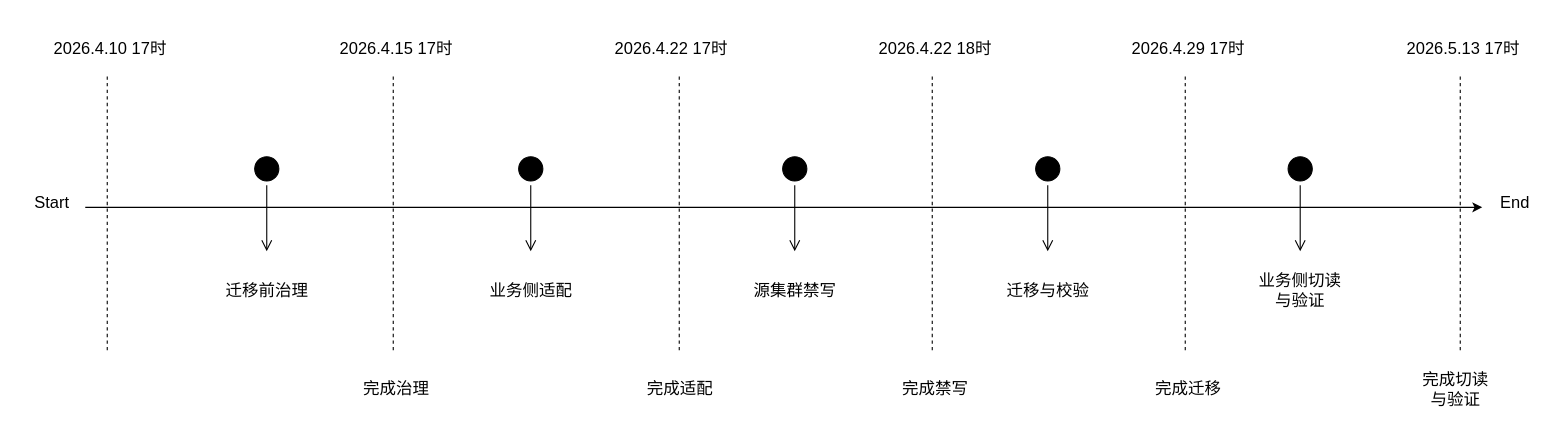
This is 数据治理.drawio from ydh12356890/DiDiDraw, a draw.io file, before an edit. Source tidied: cells renumbered, new cells numbered last; positions are measured from the earlier drawing's top-left corner, leaving out a move shared by most shapes. Both pictures are drawn from the tidied source at 110%, with x=0, y=0 at pixel (19, 31).
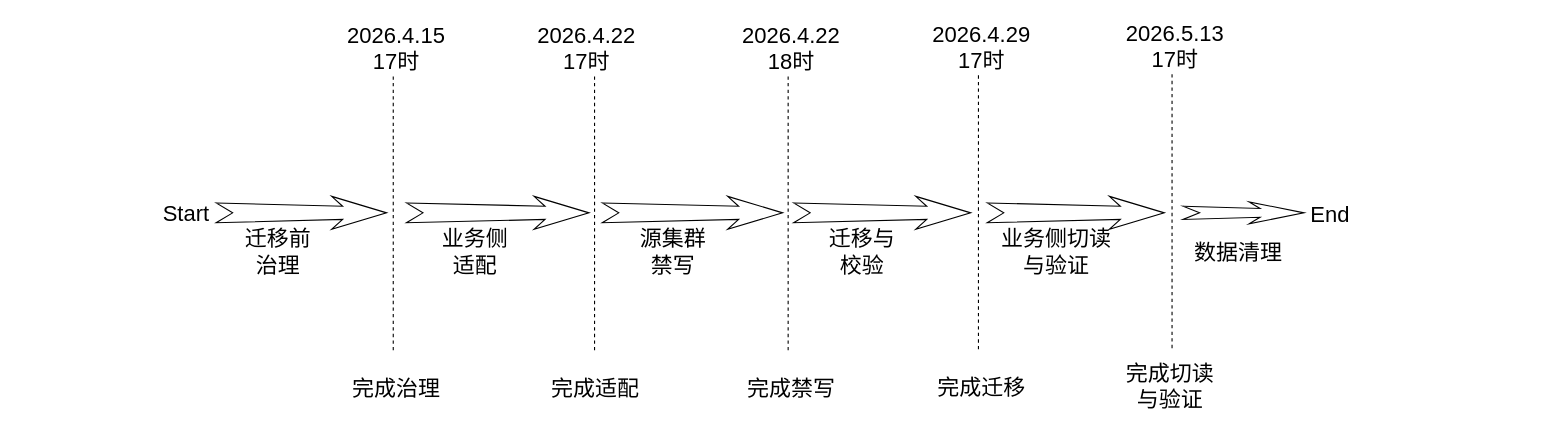
Above is the later version.

Commit message:
更新数据治理.drawio

The edit, as a diff of the source:
```diff
@@
-    <mxCell id="2" style="endArrow=classic;html=1;rounded=0;" parent="1" edge="1">
-      <mxGeometry relative="1" as="geometry">
-        <mxPoint x="60" y="160" as="sourcePoint" />
-        <mxPoint x="1330" y="160" as="targetPoint" />
-      </mxGeometry>
-    </mxCell>
-    <mxCell id="3" style="ellipse;html=1;shape=startState;fillColor=#000000;strokeColor=light-dark(#000000, #ff9090);fontSize=15;" parent="1" vertex="1">
-      <mxGeometry x="210" y="110" width="30" height="30" as="geometry" />
-    </mxCell>
-    <mxCell id="4" style="edgeStyle=orthogonalEdgeStyle;html=1;verticalAlign=bottom;endArrow=open;endSize=8;strokeColor=light-dark(#000000, #ff9090);rounded=0;fontSize=15;" parent="1" edge="1" source="3">
-      <mxGeometry relative="1" as="geometry">
-        <mxPoint x="225" y="200" as="targetPoint" />
-      </mxGeometry>
-    </mxCell>
-    <mxCell id="5" style="ellipse;html=1;shape=startState;fillColor=#000000;strokeColor=light-dark(#000000, #ff9090);fontSize=15;" parent="1" vertex="1">
-      <mxGeometry x="920" y="110" width="30" height="30" as="geometry" />
-    </mxCell>
-    <mxCell id="6" style="edgeStyle=orthogonalEdgeStyle;html=1;verticalAlign=bottom;endArrow=open;endSize=8;strokeColor=light-dark(#000000, #ff9090);rounded=0;fontSize=15;" parent="1" edge="1" source="5">
-      <mxGeometry relative="1" as="geometry">
-        <mxPoint x="935" y="200" as="targetPoint" />
-      </mxGeometry>
-    </mxCell>
-    <mxCell id="7" style="ellipse;html=1;shape=startState;fillColor=#000000;strokeColor=light-dark(#000000, #ff9090);fontSize=15;" parent="1" vertex="1">
-      <mxGeometry x="1149.5" y="110" width="30" height="30" as="geometry" />
-    </mxCell>
-    <mxCell id="8" style="edgeStyle=orthogonalEdgeStyle;html=1;verticalAlign=bottom;endArrow=open;endSize=8;strokeColor=light-dark(#000000, #ff9090);rounded=0;fontSize=15;" parent="1" edge="1" source="7">
-      <mxGeometry relative="1" as="geometry">
-        <mxPoint x="1164.5" y="200" as="targetPoint" />
-      </mxGeometry>
-    </mxCell>
-    <mxCell id="9" style="ellipse;html=1;shape=startState;fillColor=#000000;strokeColor=light-dark(#000000, #ff9090);fontSize=15;" parent="1" vertex="1">
-      <mxGeometry x="450" y="110" width="30" height="30" as="geometry" />
-    </mxCell>
-    <mxCell id="10" style="edgeStyle=orthogonalEdgeStyle;html=1;verticalAlign=bottom;endArrow=open;endSize=8;strokeColor=light-dark(#000000, #ff9090);rounded=0;fontSize=15;" parent="1" edge="1" source="9">
-      <mxGeometry relative="1" as="geometry">
-        <mxPoint x="465" y="200" as="targetPoint" />
-      </mxGeometry>
-    </mxCell>
-    <mxCell id="11" style="ellipse;html=1;shape=startState;fillColor=#000000;strokeColor=light-dark(#000000, #ff9090);fontSize=15;" parent="1" vertex="1">
-      <mxGeometry x="690" y="110" width="30" height="30" as="geometry" />
-    </mxCell>
-    <mxCell id="12" style="edgeStyle=orthogonalEdgeStyle;html=1;verticalAlign=bottom;endArrow=open;endSize=8;strokeColor=light-dark(#000000, #ff9090);rounded=0;fontSize=15;" parent="1" edge="1" source="11">
-      <mxGeometry relative="1" as="geometry">
-        <mxPoint x="705" y="200" as="targetPoint" />
-      </mxGeometry>
-    </mxCell>
-    <mxCell id="13" value="迁移前治理" style="text;html=1;whiteSpace=wrap;strokeColor=none;fillColor=none;align=center;verticalAlign=middle;rounded=0;fontSize=15;" parent="1" vertex="1">
-      <mxGeometry x="183.8" y="220" width="82.5" height="30" as="geometry" />
+    <mxCell id="13" value="迁移前&lt;br&gt;治理" style="text;html=1;whiteSpace=wrap;strokeColor=none;fillColor=none;align=center;verticalAlign=middle;rounded=0;fontSize=20;" parent="1" vertex="1">
+      <mxGeometry x="194" y="184.5" width="82.5" height="30" as="geometry" />
     </mxCell>
-    <mxCell id="14" value="业务侧适配" style="text;html=1;whiteSpace=wrap;strokeColor=none;fillColor=none;align=center;verticalAlign=middle;rounded=0;fontSize=15;" parent="1" vertex="1">
-      <mxGeometry x="423.8" y="220" width="82.5" height="30" as="geometry" />
+    <mxCell id="14" value="业务侧&lt;br&gt;适配" style="text;html=1;whiteSpace=wrap;strokeColor=none;fillColor=none;align=center;verticalAlign=middle;rounded=0;fontSize=20;" parent="1" vertex="1">
+      <mxGeometry x="373" y="184.5" width="82.5" height="30" as="geometry" />
     </mxCell>
-    <mxCell id="15" value="源集群禁写" style="text;html=1;whiteSpace=wrap;strokeColor=none;fillColor=none;align=center;verticalAlign=middle;rounded=0;fontSize=15;" parent="1" vertex="1">
-      <mxGeometry x="663.8" y="220" width="82.5" height="30" as="geometry" />
+    <mxCell id="15" value="源集群&lt;br&gt;禁写" style="text;html=1;whiteSpace=wrap;strokeColor=none;fillColor=none;align=center;verticalAlign=middle;rounded=0;fontSize=20;" parent="1" vertex="1">
+      <mxGeometry x="553" y="184.5" width="82.5" height="30" as="geometry" />
     </mxCell>
-    <mxCell id="16" value="迁移与校验" style="text;html=1;whiteSpace=wrap;strokeColor=none;fillColor=none;align=center;verticalAlign=middle;rounded=0;fontSize=15;" parent="1" vertex="1">
-      <mxGeometry x="893.8" y="220" width="82.5" height="30" as="geometry" />
+    <mxCell id="16" value="迁移与&lt;br&gt;校验" style="text;html=1;whiteSpace=wrap;strokeColor=none;fillColor=none;align=center;verticalAlign=middle;rounded=0;fontSize=20;" parent="1" vertex="1">
+      <mxGeometry x="725" y="184.5" width="82.5" height="30" as="geometry" />
     </mxCell>
-    <mxCell id="17" value="业务侧切读与验证" style="text;html=1;whiteSpace=wrap;strokeColor=none;fillColor=none;align=center;verticalAlign=middle;rounded=0;fontSize=15;" parent="1" vertex="1">
-      <mxGeometry x="1121" y="212.5" width="87" height="45" as="geometry" />
+    <mxCell id="17" value="业务侧切读与验证" style="text;html=1;whiteSpace=wrap;strokeColor=none;fillColor=none;align=center;verticalAlign=middle;rounded=0;fontSize=20;" parent="1" vertex="1">
+      <mxGeometry x="890" y="173" width="106" height="53" as="geometry" />
     </mxCell>
-    <mxCell id="18" style="endArrow=none;dashed=1;html=1;rounded=0;" parent="1" edge="1">
+    <mxCell id="18" style="endArrow=none;dashed=1;html=1;rounded=0;fontSize=20;" parent="1" edge="1">
       <mxGeometry relative="1" as="geometry">
         <mxPoint x="340" y="290" as="sourcePoint" />
         <mxPoint x="340" y="40" as="targetPoint" />
       </mxGeometry>
     </mxCell>
-    <mxCell id="19" style="endArrow=none;dashed=1;html=1;rounded=0;" parent="1" edge="1">
+    <mxCell id="19" style="endArrow=none;dashed=1;html=1;rounded=0;fontSize=20;" parent="1" edge="1">
       <mxGeometry relative="1" as="geometry">
-        <mxPoint x="600" y="290" as="sourcePoint" />
-        <mxPoint x="600" y="40" as="targetPoint" />
+        <mxPoint x="523" y="290" as="sourcePoint" />
+        <mxPoint x="523" y="40" as="targetPoint" />
       </mxGeometry>
     </mxCell>
-    <mxCell id="20" style="endArrow=none;dashed=1;html=1;rounded=0;" parent="1" edge="1">
+    <mxCell id="20" style="endArrow=none;dashed=1;html=1;rounded=0;fontSize=20;" parent="1" edge="1">
       <mxGeometry relative="1" as="geometry">
-        <mxPoint x="830" y="290" as="sourcePoint" />
-        <mxPoint x="830" y="40" as="targetPoint" />
+        <mxPoint x="699" y="290" as="sourcePoint" />
+        <mxPoint x="699" y="40" as="targetPoint" />
       </mxGeometry>
     </mxCell>
-    <mxCell id="21" style="endArrow=none;dashed=1;html=1;rounded=0;" parent="1" edge="1">
+    <mxCell id="21" style="endArrow=none;dashed=1;html=1;rounded=0;fontSize=20;" parent="1" edge="1">
       <mxGeometry relative="1" as="geometry">
-        <mxPoint x="1060" y="290" as="sourcePoint" />
-        <mxPoint x="1060" y="40" as="targetPoint" />
+        <mxPoint x="872" y="289" as="sourcePoint" />
+        <mxPoint x="872" y="39" as="targetPoint" />
       </mxGeometry>
     </mxCell>
-    <mxCell id="22" value="2026.4.15 17时" style="text;html=1;whiteSpace=wrap;strokeColor=none;fillColor=none;align=center;verticalAlign=middle;rounded=0;fontSize=15;" parent="1" vertex="1">
+    <mxCell id="22" value="2026.4.15 17时" style="text;html=1;whiteSpace=wrap;strokeColor=none;fillColor=none;align=center;verticalAlign=middle;rounded=0;fontSize=20;" parent="1" vertex="1">
       <mxGeometry x="290" width="106" height="30" as="geometry" />
     </mxCell>
-    <mxCell id="23" value="Start" style="text;html=1;whiteSpace=wrap;strokeColor=none;fillColor=none;align=center;verticalAlign=middle;rounded=0;fontSize=15;" parent="1" vertex="1">
-      <mxGeometry y="140" width="60" height="30" as="geometry" />
+    <mxCell id="23" value="Start" style="text;html=1;whiteSpace=wrap;strokeColor=none;fillColor=none;align=center;verticalAlign=middle;rounded=0;fontSize=20;" parent="1" vertex="1">
+      <mxGeometry x="122" y="150" width="60" height="30" as="geometry" />
     </mxCell>
-    <mxCell id="24" value="End" style="text;html=1;whiteSpace=wrap;strokeColor=none;fillColor=none;align=center;verticalAlign=middle;rounded=0;fontSize=15;" parent="1" vertex="1">
-      <mxGeometry x="1330" y="140" width="60" height="30" as="geometry" />
+    <mxCell id="24" value="End" style="text;html=1;whiteSpace=wrap;strokeColor=none;fillColor=none;align=center;verticalAlign=middle;rounded=0;fontSize=20;" parent="1" vertex="1">
+      <mxGeometry x="1162" y="150.5" width="60" height="30" as="geometry" />
     </mxCell>
-    <mxCell id="25" value="2026.4.22 17时" style="text;html=1;whiteSpace=wrap;strokeColor=none;fillColor=none;align=center;verticalAlign=middle;rounded=0;fontSize=15;" parent="1" vertex="1">
-      <mxGeometry x="540" width="106" height="30" as="geometry" />
+    <mxCell id="25" value="2026.4.22 17时" style="text;html=1;whiteSpace=wrap;strokeColor=none;fillColor=none;align=center;verticalAlign=middle;rounded=0;fontSize=20;" parent="1" vertex="1">
+      <mxGeometry x="463" width="106" height="30" as="geometry" />
     </mxCell>
-    <mxCell id="26" value="2026.4.22 18时" style="text;html=1;whiteSpace=wrap;strokeColor=none;fillColor=none;align=center;verticalAlign=middle;rounded=0;fontSize=15;" parent="1" vertex="1">
-      <mxGeometry x="780" width="106" height="30" as="geometry" />
+    <mxCell id="26" value="2026.4.22 18时" style="text;html=1;whiteSpace=wrap;strokeColor=none;fillColor=none;align=center;verticalAlign=middle;rounded=0;fontSize=20;" parent="1" vertex="1">
+      <mxGeometry x="649" width="106" height="30" as="geometry" />
     </mxCell>
-    <mxCell id="27" value="2026.4.29 17时" style="text;html=1;whiteSpace=wrap;strokeColor=none;fillColor=none;align=center;verticalAlign=middle;rounded=0;fontSize=15;" parent="1" vertex="1">
-      <mxGeometry x="1010" width="106" height="30" as="geometry" />
+    <mxCell id="27" value="2026.4.29 17时" style="text;html=1;whiteSpace=wrap;strokeColor=none;fillColor=none;align=center;verticalAlign=middle;rounded=0;fontSize=20;" parent="1" vertex="1">
+      <mxGeometry x="822" y="-1" width="106" height="30" as="geometry" />
     </mxCell>
-    <mxCell id="28" style="endArrow=none;dashed=1;html=1;rounded=0;" parent="1" edge="1">
-      <mxGeometry relative="1" as="geometry">
-        <mxPoint x="80" y="290" as="sourcePoint" />
-        <mxPoint x="80" y="40" as="targetPoint" />
-      </mxGeometry>
-    </mxCell>
-    <mxCell id="29" value="2026.4.10 17时" style="text;html=1;whiteSpace=wrap;strokeColor=none;fillColor=none;align=center;verticalAlign=middle;rounded=0;fontSize=15;" parent="1" vertex="1">
-      <mxGeometry x="30" width="106" height="30" as="geometry" />
-    </mxCell>
-    <mxCell id="30" value="完成治理" style="text;html=1;whiteSpace=wrap;strokeColor=none;fillColor=none;align=center;verticalAlign=middle;rounded=0;fontSize=15;" parent="1" vertex="1">
+    <mxCell id="30" value="完成治理" style="text;html=1;whiteSpace=wrap;strokeColor=none;fillColor=none;align=center;verticalAlign=middle;rounded=0;fontSize=20;" parent="1" vertex="1">
       <mxGeometry x="298" y="309" width="90" height="30" as="geometry" />
     </mxCell>
-    <mxCell id="31" value="完成适配" style="text;html=1;whiteSpace=wrap;strokeColor=none;fillColor=none;align=center;verticalAlign=middle;rounded=0;fontSize=15;" parent="1" vertex="1">
-      <mxGeometry x="556" y="309" width="90" height="30" as="geometry" />
+    <mxCell id="31" value="完成适配" style="text;html=1;whiteSpace=wrap;strokeColor=none;fillColor=none;align=center;verticalAlign=middle;rounded=0;fontSize=20;" parent="1" vertex="1">
+      <mxGeometry x="479" y="309" width="90" height="30" as="geometry" />
     </mxCell>
-    <mxCell id="32" value="完成禁写" style="text;html=1;whiteSpace=wrap;strokeColor=none;fillColor=none;align=center;verticalAlign=middle;rounded=0;fontSize=15;" parent="1" vertex="1">
-      <mxGeometry x="788" y="309" width="90" height="30" as="geometry" />
+    <mxCell id="32" value="完成禁写" style="text;html=1;whiteSpace=wrap;strokeColor=none;fillColor=none;align=center;verticalAlign=middle;rounded=0;fontSize=20;" parent="1" vertex="1">
+      <mxGeometry x="657" y="309" width="90" height="30" as="geometry" />
     </mxCell>
-    <mxCell id="33" value="完成迁移" style="text;html=1;whiteSpace=wrap;strokeColor=none;fillColor=none;align=center;verticalAlign=middle;rounded=0;fontSize=15;" parent="1" vertex="1">
-      <mxGeometry x="1018" y="309" width="90" height="30" as="geometry" />
+    <mxCell id="33" value="完成迁移" style="text;html=1;whiteSpace=wrap;strokeColor=none;fillColor=none;align=center;verticalAlign=middle;rounded=0;fontSize=20;" parent="1" vertex="1">
+      <mxGeometry x="830" y="308" width="90" height="30" as="geometry" />
     </mxCell>
-    <mxCell id="34" style="endArrow=none;dashed=1;html=1;rounded=0;" parent="1" edge="1">
+    <mxCell id="34" style="endArrow=none;dashed=1;html=1;rounded=0;fontSize=20;" parent="1" edge="1">
       <mxGeometry relative="1" as="geometry">
-        <mxPoint x="1310" y="290" as="sourcePoint" />
-        <mxPoint x="1310" y="40" as="targetPoint" />
+        <mxPoint x="1048" y="288" as="sourcePoint" />
+        <mxPoint x="1048" y="38" as="targetPoint" />
       </mxGeometry>
     </mxCell>
-    <mxCell id="35" value="2026.5.13 17时" style="text;html=1;whiteSpace=wrap;strokeColor=none;fillColor=none;align=center;verticalAlign=middle;rounded=0;fontSize=15;" parent="1" vertex="1">
-      <mxGeometry x="1260" width="106" height="30" as="geometry" />
+    <mxCell id="35" value="2026.5.13 17时" style="text;html=1;whiteSpace=wrap;strokeColor=none;fillColor=none;align=center;verticalAlign=middle;rounded=0;fontSize=20;" parent="1" vertex="1">
+      <mxGeometry x="998" y="-2" width="106" height="30" as="geometry" />
     </mxCell>
-    <mxCell id="36" value="完成切读与验证" style="text;html=1;whiteSpace=wrap;strokeColor=none;fillColor=none;align=center;verticalAlign=middle;rounded=0;fontSize=15;" parent="1" vertex="1">
-      <mxGeometry x="1270" y="309" width="72" height="31" as="geometry" />
+    <mxCell id="36" value="完成切读与验证" style="text;html=1;whiteSpace=wrap;strokeColor=none;fillColor=none;align=center;verticalAlign=middle;rounded=0;fontSize=20;" parent="1" vertex="1">
+      <mxGeometry x="1003" y="305" width="87" height="34" as="geometry" />
     </mxCell>
+    <mxCell id="37" style="html=1;shadow=0;dashed=0;align=center;verticalAlign=middle;shape=mxgraph.arrows2.stylisedArrow;dy=0.6;dx=40;notch=15;feather=0.4;fontSize=20;" parent="1" vertex="1">
+      <mxGeometry x="179" y="150" width="155" height="30" as="geometry" />
+    </mxCell>
+    <mxCell id="38" style="html=1;shadow=0;dashed=0;align=center;verticalAlign=middle;shape=mxgraph.arrows2.stylisedArrow;dy=0.6;dx=40;notch=15;feather=0.4;fontSize=20;" parent="1" vertex="1">
+      <mxGeometry x="352" y="150" width="166" height="30" as="geometry" />
+    </mxCell>
+    <mxCell id="39" style="html=1;shadow=0;dashed=0;align=center;verticalAlign=middle;shape=mxgraph.arrows2.stylisedArrow;dy=0.6;dx=40;notch=15;feather=0.4;fontSize=20;" parent="1" vertex="1">
+      <mxGeometry x="530" y="150" width="164" height="30" as="geometry" />
+    </mxCell>
+    <mxCell id="40" style="html=1;shadow=0;dashed=0;align=center;verticalAlign=middle;shape=mxgraph.arrows2.stylisedArrow;dy=0.6;dx=40;notch=15;feather=0.4;fontSize=20;" parent="1" vertex="1">
+      <mxGeometry x="704" y="150" width="161" height="30" as="geometry" />
+    </mxCell>
+    <mxCell id="41" style="html=1;shadow=0;dashed=0;align=center;verticalAlign=middle;shape=mxgraph.arrows2.stylisedArrow;dy=0.6;dx=40;notch=15;feather=0.4;fontSize=20;" parent="1" vertex="1">
+      <mxGeometry x="880" y="150" width="161" height="30" as="geometry" />
+    </mxCell>
+    <mxCell id="42" style="html=1;shadow=0;dashed=0;align=center;verticalAlign=middle;shape=mxgraph.arrows2.stylisedArrow;dy=0.6;dx=40;notch=15;feather=0.4;fontSize=20;" parent="1" vertex="1">
+      <mxGeometry x="1058" y="155" width="110" height="20" as="geometry" />
+    </mxCell>
+    <mxCell id="43" value="数据清理" style="text;html=1;whiteSpace=wrap;strokeColor=none;fillColor=none;align=center;verticalAlign=middle;rounded=0;fontSize=20;" parent="1" vertex="1">
+      <mxGeometry x="1067" y="184.5" width="82.5" height="30" as="geometry" />
+    </mxCell>
```
